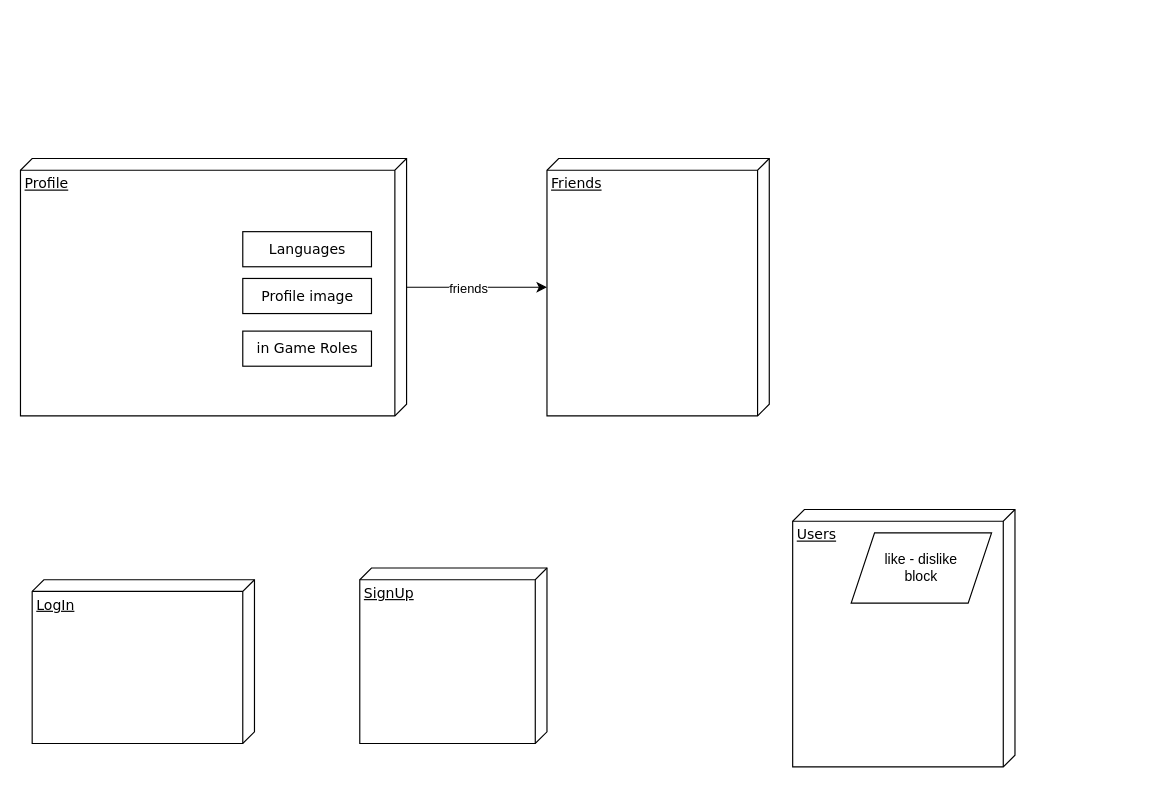
Before: docs/ReactComponents.drawio in riggedCoinflip/lol-friendfinder, a draw.io diagram. Source tidied: cells renumbered, new cells numbered last; positions are measured from the earlier drawing's top-left corner, leaving out a move shared by most shapes. Both pictures are drawn from the tidied source at 117%, with x=0, y=0 at pixel (20, 158).
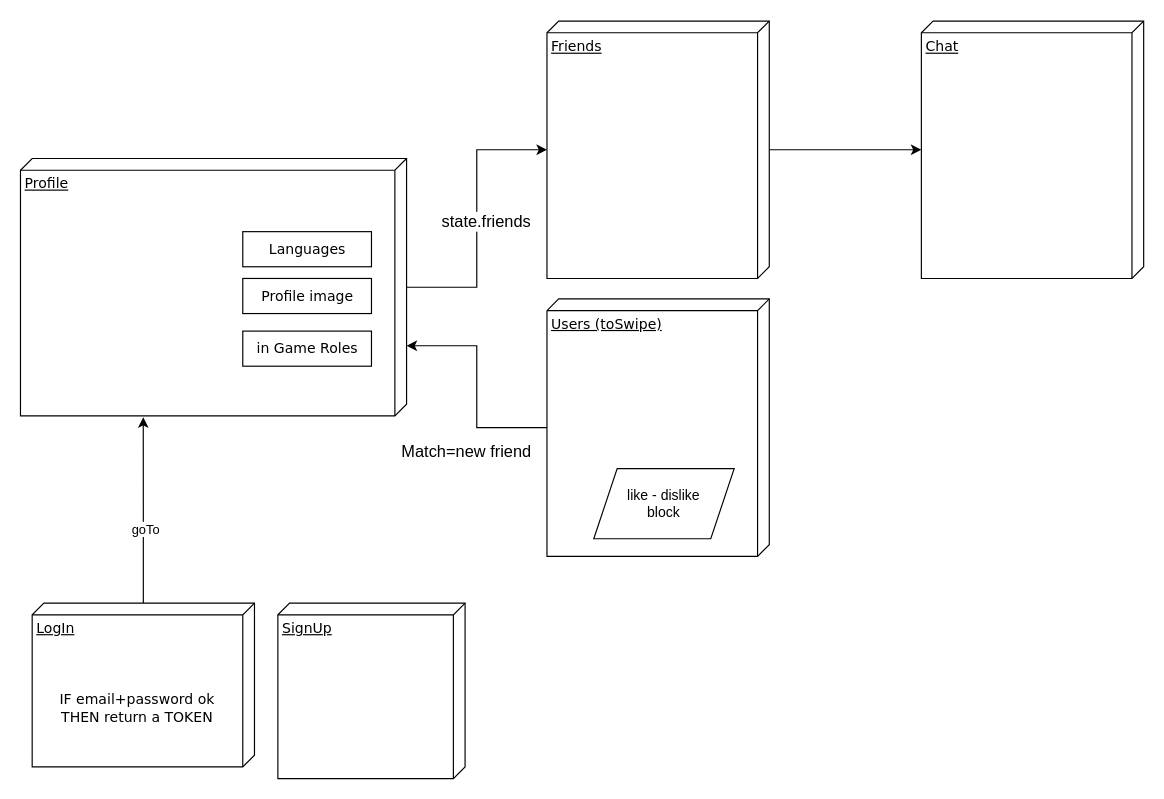
The same diagram, later.

Unchanged cells that the change refers to:
```xml
<mxCell id="2" style="edgeStyle=orthogonalEdgeStyle;rounded=0;jettySize=auto;html=1;" parent="1" edge="1" source="4" target="10">
  <mxGeometry relative="1" as="geometry" />
</mxCell>
<mxCell id="4" value="Profile" style="verticalAlign=top;align=left;spacingTop=8;spacingLeft=2;spacingRight=12;shape=cube;size=10;direction=south;fontStyle=4;html=1;rounded=0;shadow=0;comic=0;labelBackgroundColor=none;strokeWidth=1;fontFamily=Verdana;fontSize=12;" parent="1" vertex="1">
  <mxGeometry width="330" height="220" as="geometry" />
</mxCell>
```

What changed in the source:
```diff
@@
-    <mxCell id="3" value="friends" style="edgeLabel;html=1;align=center;verticalAlign=middle;" parent="2" vertex="1">
-      <mxGeometry x="-0.14" relative="1" as="geometry" />
-    </mxCell>
+    <mxCell id="13" value="&lt;font style=&quot;font-size: 14px&quot;&gt;state.friends&lt;/font&gt;" style="edgeLabel;html=1;align=center;verticalAlign=middle;" parent="2" vertex="1">
+      <mxGeometry x="-0.22" y="-4" relative="1" as="geometry">
+        <mxPoint x="3" y="-24" as="offset" />
+      </mxGeometry>
+    </mxCell>
@@
+    <mxCell id="14" style="edgeStyle=orthogonalEdgeStyle;rounded=0;jettySize=auto;html=1;" parent="1" edge="1" source="5" target="4">
+      <mxGeometry relative="1" as="geometry">
+        <Array as="points">
+          <mxPoint x="390" y="230" />
+          <mxPoint x="390" y="160" />
+        </Array>
+      </mxGeometry>
+    </mxCell>
-    <mxCell id="5" value="Users" style="verticalAlign=top;align=left;spacingTop=8;spacingLeft=2;spacingRight=12;shape=cube;size=10;direction=south;fontStyle=4;html=1;rounded=0;shadow=0;comic=0;labelBackgroundColor=none;strokeWidth=1;fontFamily=Verdana;fontSize=12;" parent="1" vertex="1">
-      <mxGeometry x="660" y="300" width="190" height="220" as="geometry" />
+    <mxCell id="5" value="Users (toSwipe)" style="verticalAlign=top;align=left;spacingTop=8;spacingLeft=2;spacingRight=12;shape=cube;size=10;direction=south;fontStyle=4;html=1;rounded=0;shadow=0;comic=0;labelBackgroundColor=none;strokeWidth=1;fontFamily=Verdana;fontSize=12;" parent="1" vertex="1">
+      <mxGeometry x="450" y="120" width="190" height="220" as="geometry" />
     </mxCell>
@@
     <mxCell id="9" value="like - dislike&lt;br&gt;block" style="shape=parallelogram;perimeter=parallelogramPerimeter;whiteSpace=wrap;html=1;fixedSize=1;" parent="1" vertex="1">
-      <mxGeometry x="710" y="320" width="120" height="60" as="geometry" />
+      <mxGeometry x="490" y="265" width="120" height="60" as="geometry" />
     </mxCell>
+    <mxCell id="15" style="edgeStyle=orthogonalEdgeStyle;rounded=0;jettySize=auto;html=1;" parent="1" edge="1" source="10" target="20">
+      <mxGeometry relative="1" as="geometry" />
+    </mxCell>
     <mxCell id="10" value="Friends" style="verticalAlign=top;align=left;spacingTop=8;spacingLeft=2;spacingRight=12;shape=cube;size=10;direction=south;fontStyle=4;html=1;rounded=0;shadow=0;comic=0;labelBackgroundColor=none;strokeWidth=1;fontFamily=Verdana;fontSize=12;" parent="1" vertex="1">
-      <mxGeometry x="450" width="190" height="220" as="geometry" />
+      <mxGeometry x="450" y="-117.5" width="190" height="220" as="geometry" />
     </mxCell>
+    <mxCell id="16" style="edgeStyle=orthogonalEdgeStyle;rounded=0;jettySize=auto;html=1;entryX=1.005;entryY=0.682;entryDx=0;entryDy=0;entryPerimeter=0;" parent="1" edge="1" source="11" target="4">
+      <mxGeometry relative="1" as="geometry" />
+    </mxCell>
+    <mxCell id="17" value="goTo" style="edgeLabel;html=1;align=center;verticalAlign=middle;" parent="16" vertex="1">
+      <mxGeometry x="-0.19" y="-1" relative="1" as="geometry" />
+    </mxCell>
     <mxCell id="11" value="LogIn" style="verticalAlign=top;align=left;spacingTop=8;spacingLeft=2;spacingRight=12;shape=cube;size=10;direction=south;fontStyle=4;html=1;rounded=0;shadow=0;comic=0;labelBackgroundColor=none;strokeWidth=1;fontFamily=Verdana;fontSize=12;" parent="1" vertex="1">
-      <mxGeometry x="10" y="360" width="190" height="140" as="geometry" />
+      <mxGeometry x="10" y="380" width="190" height="140" as="geometry" />
     </mxCell>
     <mxCell id="12" value="SignUp" style="verticalAlign=top;align=left;spacingTop=8;spacingLeft=2;spacingRight=12;shape=cube;size=10;direction=south;fontStyle=4;html=1;rounded=0;shadow=0;comic=0;labelBackgroundColor=none;strokeWidth=1;fontFamily=Verdana;fontSize=12;" parent="1" vertex="1">
-      <mxGeometry x="290" y="350" width="160" height="150" as="geometry" />
+      <mxGeometry x="220" y="380" width="160" height="150" as="geometry" />
     </mxCell>
+    <mxCell id="18" value="&lt;span style=&quot;font-family: &amp;#34;verdana&amp;#34;&quot;&gt;IF email+password ok&lt;/span&gt;&lt;br style=&quot;font-family: &amp;#34;verdana&amp;#34;&quot;&gt;&lt;span style=&quot;font-family: &amp;#34;verdana&amp;#34;&quot;&gt;THEN return a TOKEN&lt;/span&gt;" style="text;html=1;strokeColor=none;fillColor=none;align=center;verticalAlign=middle;whiteSpace=wrap;rounded=0;" parent="1" vertex="1">
+      <mxGeometry x="30" y="460" width="140" height="20" as="geometry" />
+    </mxCell>
+    <mxCell id="19" value="&lt;font style=&quot;font-size: 14px&quot;&gt;Match=new friend&lt;/font&gt;" style="edgeLabel;html=1;align=center;verticalAlign=middle;" parent="1" vertex="1">
+      <mxGeometry x="380" y="250" as="geometry" />
+    </mxCell>
+    <mxCell id="20" value="Chat" style="verticalAlign=top;align=left;spacingTop=8;spacingLeft=2;spacingRight=12;shape=cube;size=10;direction=south;fontStyle=4;html=1;rounded=0;shadow=0;comic=0;labelBackgroundColor=none;strokeWidth=1;fontFamily=Verdana;fontSize=12;" parent="1" vertex="1">
+      <mxGeometry x="770" y="-117.5" width="190" height="220" as="geometry" />
+    </mxCell>
```
